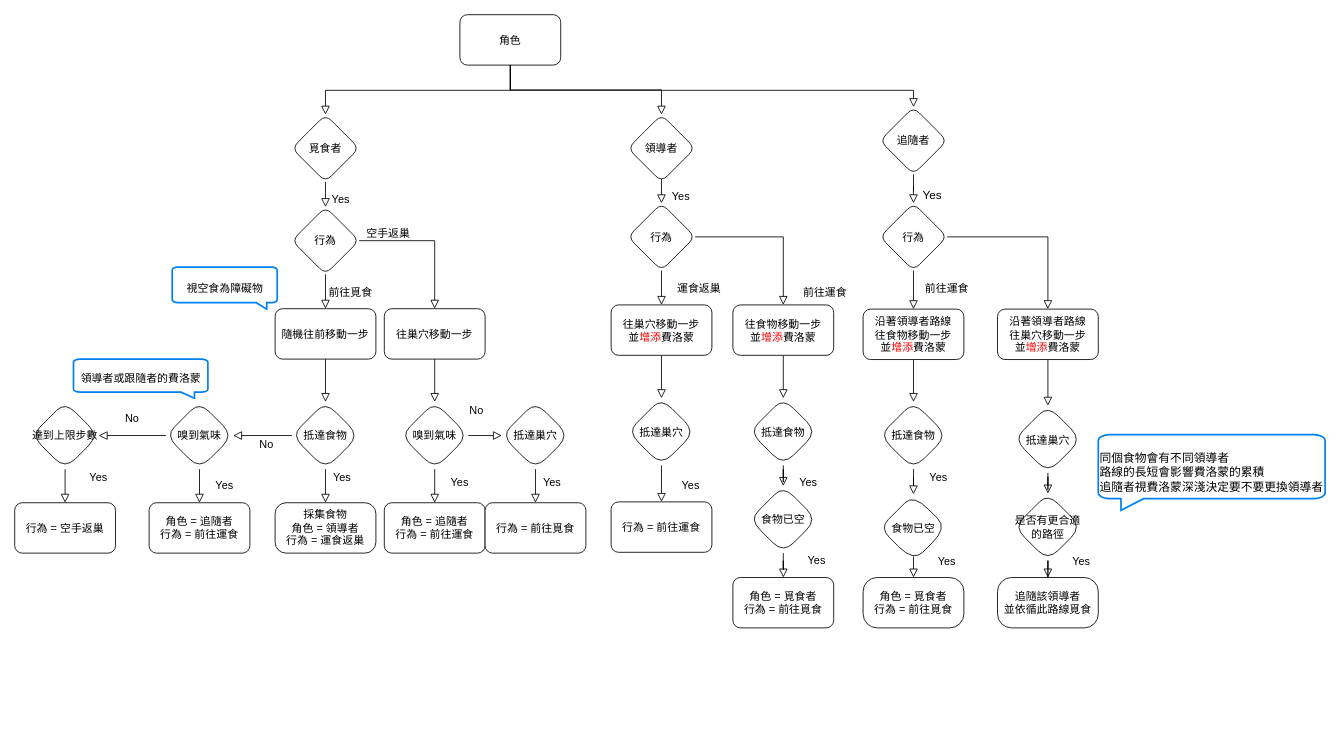
QiuBingCheng/AntColonySimulation keeps this draw.io diagram as page "移動規則" (2 of 3) of Move Rule Diagram.drawio. Above is the earlier version. Source tidied: cells renumbered, new cells numbered last; positions are measured from the earlier drawing's top-left corner, leaving out a move shared by most shapes. Both pictures are drawn from the tidied source at 84%, with x=0, y=0 at pixel (14, 14).
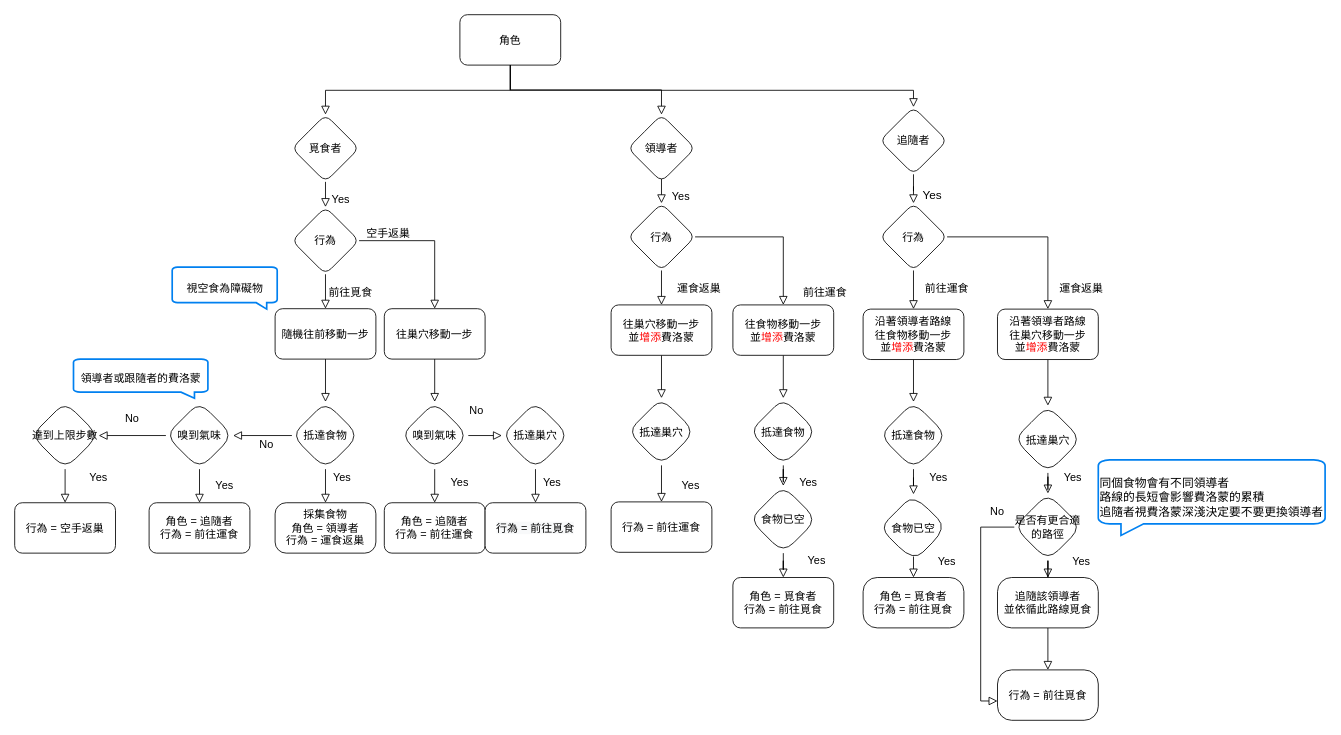
After the change.

Unchanged cells that the change refers to:
```xml
<mxCell id="87" value="是否有更合適的路徑" style="rhombus;whiteSpace=wrap;html=1;rounded=1;shadow=0;strokeWidth=1;glass=0;arcSize=35;fontSize=13;" parent="1" vertex="1">
  <mxGeometry x="1190" y="570" width="80" height="80" as="geometry" />
</mxCell>
<mxCell id="88" value="追隨該領導者&lt;br&gt;並依循此路線覓食" style="whiteSpace=wrap;html=1;rounded=1;shadow=0;strokeWidth=1;glass=0;fontSize=13;direction=west;arcSize=28;" parent="1" vertex="1">
  <mxGeometry x="1170" y="670" width="120" height="60" as="geometry" />
</mxCell>
```

What changed in the source:
```diff
@@
+    <mxCell id="91" style="edgeStyle=orthogonalEdgeStyle;rounded=0;jettySize=auto;html=1;entryX=1;entryY=0.383;entryDx=0;entryDy=0;entryPerimeter=0;shadow=0;labelBackgroundColor=none;endArrow=block;endFill=0;endSize=8;strokeWidth=1;fontSize=14;fontColor=#000000;align=right;" parent="1" edge="1" source="87" target="95">
+      <mxGeometry relative="1" as="geometry">
+        <Array as="points">
+          <mxPoint x="1150" y="610" />
+          <mxPoint x="1150" y="817" />
+        </Array>
+      </mxGeometry>
+    </mxCell>
@@
+    <mxCell id="92" style="edgeStyle=orthogonalEdgeStyle;rounded=0;jettySize=auto;html=1;shadow=0;labelBackgroundColor=none;endArrow=block;endFill=0;endSize=8;strokeWidth=1;fontSize=14;fontColor=#000000;align=right;" parent="1" edge="1" source="88" target="95">
+      <mxGeometry relative="1" as="geometry" />
+    </mxCell>
@@
     <mxCell id="89" value="同個食物會有不同領導者&lt;br&gt;路線的長短會影響費洛蒙的累積&lt;br&gt;追隨者視費洛蒙深淺決定要不要更換領導者" style="html=1;verticalLabelPosition=middle;align=left;labelBackgroundColor=#ffffff;verticalAlign=middle;strokeWidth=2;strokeColor=#0080F0;shadow=0;dashed=0;shape=mxgraph.ios7.icons.message;fontSize=14;fontColor=#000000;flipH=1;labelPosition=center;" parent="1" vertex="1">
-      <mxGeometry x="1290" y="500" width="270" height="90" as="geometry" />
+      <mxGeometry x="1290" y="530" width="270" height="90" as="geometry" />
     </mxCell>
@@
+    <mxCell id="93" value="運食返巢" style="text;html=1;strokeColor=none;fillColor=none;align=center;verticalAlign=middle;whiteSpace=wrap;rounded=0;fontColor=#000000;fontSize=13;" parent="1" vertex="1">
+      <mxGeometry x="1240" y="315.5" width="60" height="20" as="geometry" />
+    </mxCell>
+    <mxCell id="94" value="Yes" style="text;html=1;strokeColor=none;fillColor=none;align=center;verticalAlign=middle;whiteSpace=wrap;rounded=0;fontColor=#000000;fontSize=13;" parent="1" vertex="1">
+      <mxGeometry x="1240" y="541" width="40" height="20" as="geometry" />
+    </mxCell>
+    <mxCell id="95" value="行為 = 前往覓食" style="whiteSpace=wrap;html=1;rounded=1;shadow=0;strokeWidth=1;glass=0;fontSize=13;direction=west;arcSize=28;" parent="1" vertex="1">
+      <mxGeometry x="1170" y="780" width="120" height="60" as="geometry" />
+    </mxCell>
+    <mxCell id="96" value="No" style="text;html=1;strokeColor=none;fillColor=none;align=center;verticalAlign=middle;whiteSpace=wrap;rounded=0;fontColor=#000000;fontSize=13;" parent="1" vertex="1">
+      <mxGeometry x="1150" y="581" width="40" height="20" as="geometry" />
+    </mxCell>
```
